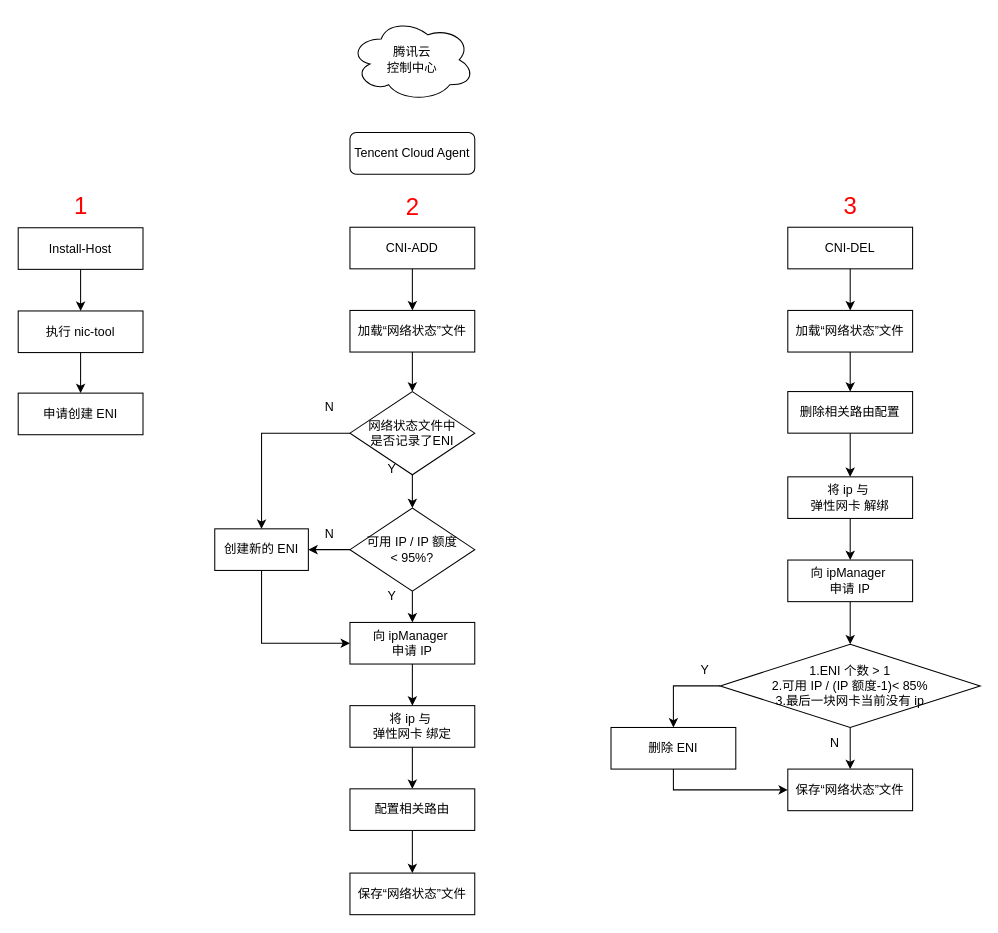
Before: cni-eni.drawio in cityofwang/beats, a draw.io diagram. Source tidied: cells renumbered, new cells numbered last; positions are measured from the earlier drawing's top-left corner, leaving out a move shared by most shapes. Both pictures are drawn from the tidied source at 104%, with x=0, y=0 at pixel (18, 18).
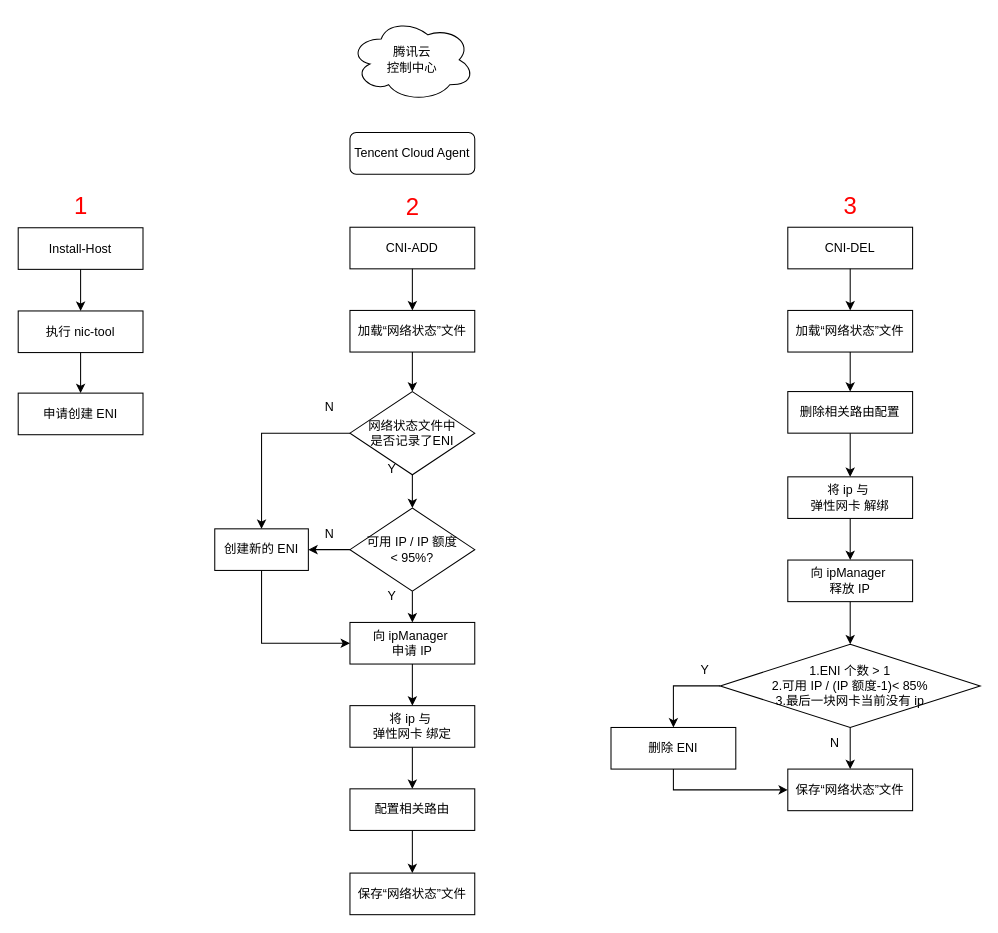
After the change.

Diff of the diagram source:
```diff
@@
-    <mxCell id="33" value="向 ipManager&amp;nbsp;&lt;div&gt;申请 IP&lt;/div&gt;" style="rounded=0;whiteSpace=wrap;html=1;fillColor=none;" parent="1" vertex="1">
+    <mxCell id="33" value="向 ipManager&amp;nbsp;&lt;div&gt;释放 IP&lt;/div&gt;" style="rounded=0;whiteSpace=wrap;html=1;fillColor=none;" parent="1" vertex="1">
       <mxGeometry x="740" y="521" width="120" height="40" as="geometry" />
     </mxCell>
```
